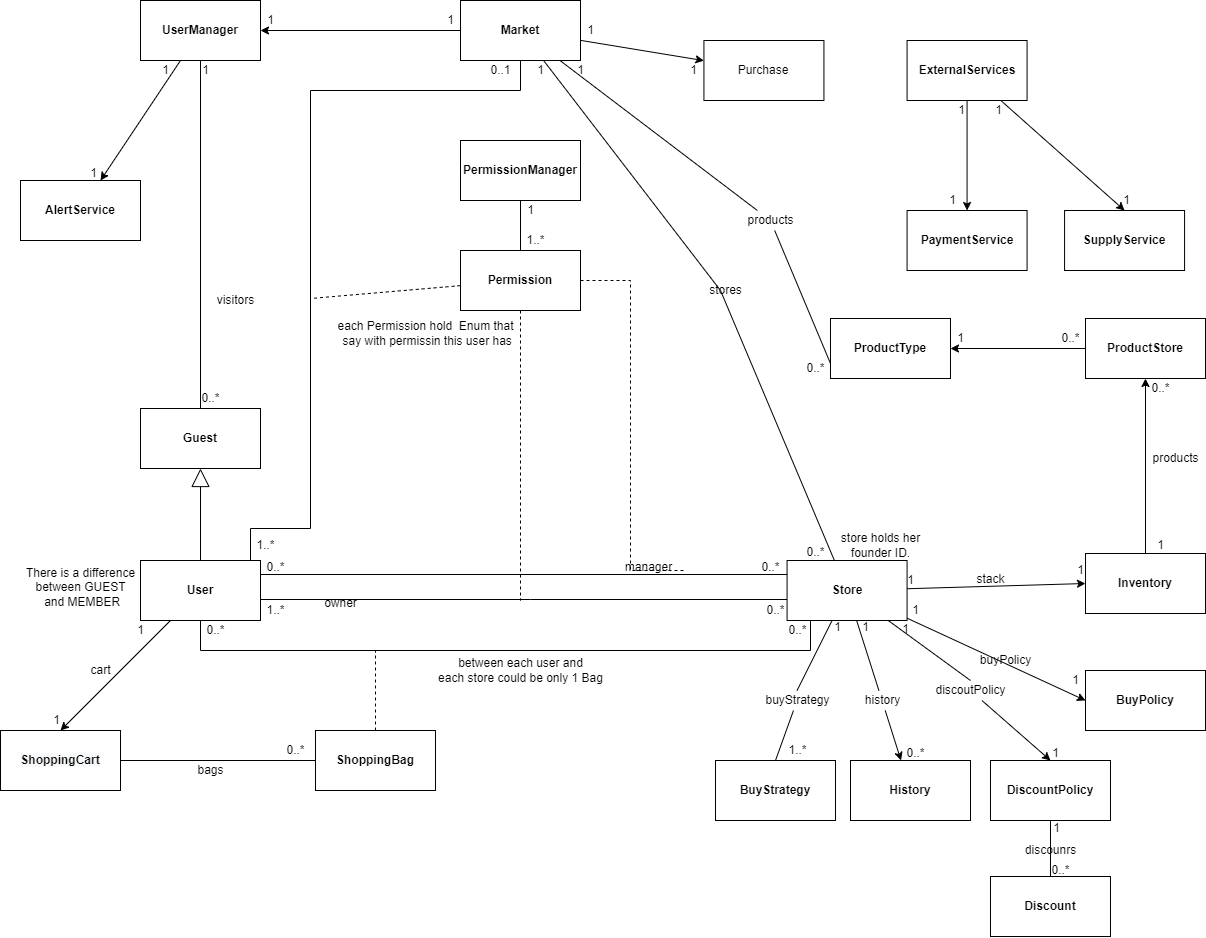
Above: Files/version_1_files/white diagram.png in Sadna-Market/Market (draw.io), before the change. Source tidied: cells renumbered, new cells last; positions are measured from the earlier drawing's top-left corner, leaving out a move shared by most shapes.
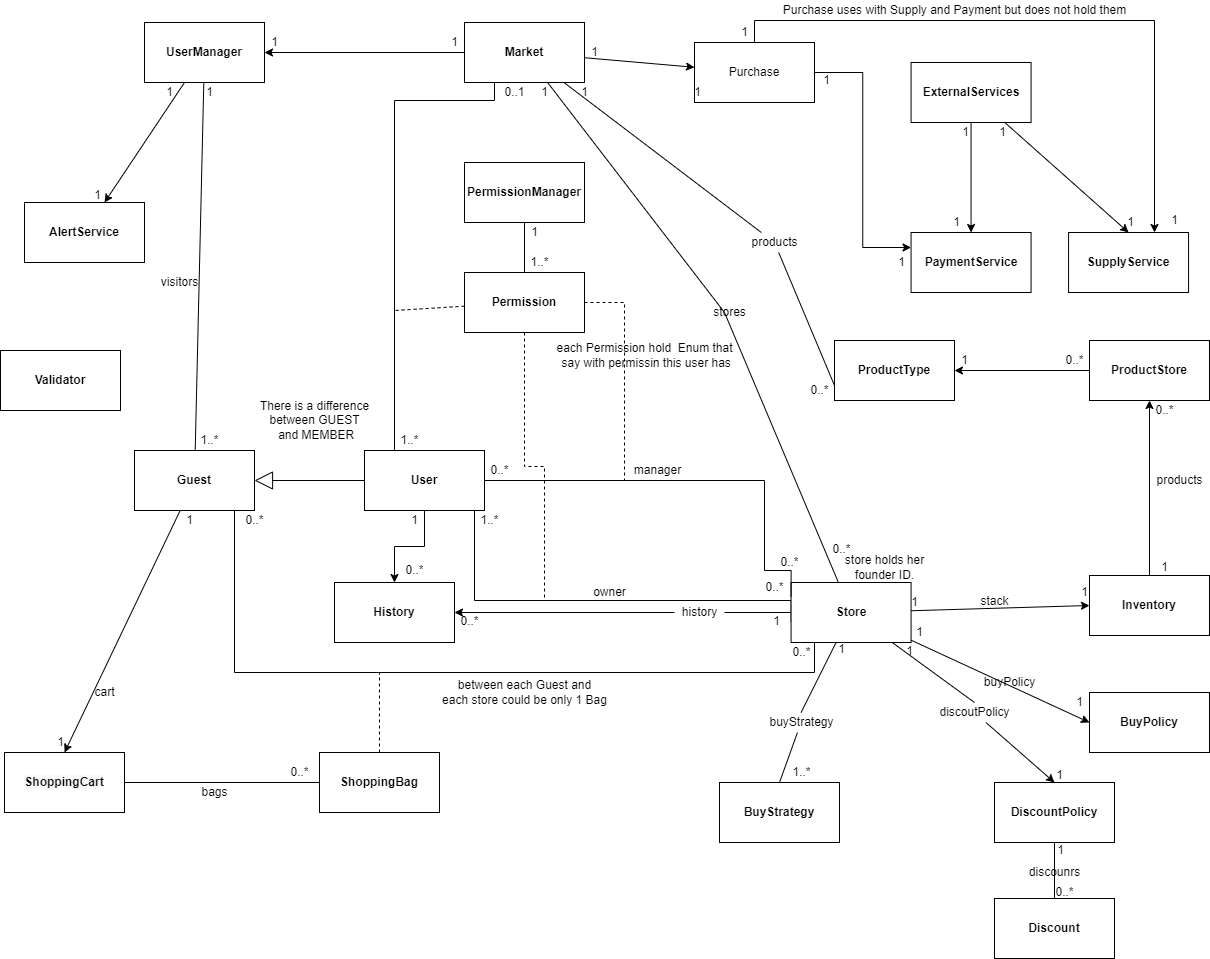
Later version of the same file.

What changed in the source:
```diff
@@ -11,29 +11,28 @@
     <mxCell id="4" value="&lt;span style=&quot;font-weight: 700&quot;&gt;UserManager&lt;/span&gt;" style="rounded=0;whiteSpace=wrap;html=1;" parent="1" vertex="1">
       <mxGeometry x="140" width="120" height="60" as="geometry" />
     </mxCell>
-    <mxCell id="5" value="&lt;span style=&quot;font-weight: 700&quot;&gt;User&lt;/span&gt;" style="rounded=0;whiteSpace=wrap;html=1;" parent="1" vertex="1">
-      <mxGeometry x="140" y="560" width="120" height="60" as="geometry" />
-    </mxCell>
-    <mxCell id="6" value="0..*" style="text;html=1;align=center;verticalAlign=middle;strokeColor=none;fillColor=none;" parent="1" vertex="1">
-      <mxGeometry x="195" y="388" width="30" height="20" as="geometry" />
+    <mxCell id="6" value="1..*" style="text;html=1;align=center;verticalAlign=middle;strokeColor=none;fillColor=none;" parent="1" vertex="1">
+      <mxGeometry x="190" y="408" width="30" height="20" as="geometry" />
     </mxCell>
-    <mxCell id="7" style="edgeStyle=orthogonalEdgeStyle;rounded=0;orthogonalLoop=1;jettySize=auto;html=1;endArrow=none;endFill=0;elbow=vertical;" parent="1" edge="1">
+    <mxCell id="7" style="edgeStyle=orthogonalEdgeStyle;rounded=0;jettySize=auto;html=1;endArrow=none;endFill=0;elbow=vertical;" parent="1" edge="1" source="8">
       <mxGeometry relative="1" as="geometry">
-        <mxPoint x="260" y="599" as="sourcePoint" />
         <mxPoint x="786.6" y="599" as="targetPoint" />
         <Array as="points">
-          <mxPoint x="530" y="599" />
-          <mxPoint x="530" y="599" />
+          <mxPoint x="470" y="578" />
+          <mxPoint x="787" y="578" />
         </Array>
       </mxGeometry>
     </mxCell>
+    <mxCell id="120" style="edgeStyle=orthogonalEdgeStyle;rounded=0;jettySize=auto;html=1;entryX=0.5;entryY=0;entryDx=0;entryDy=0;" parent="1" edge="1" source="8" target="47">
+      <mxGeometry relative="1" as="geometry" />
+    </mxCell>
     <mxCell id="8" value="&lt;span style=&quot;font-weight: 700&quot;&gt;User&lt;/span&gt;" style="rounded=0;whiteSpace=wrap;html=1;" parent="1" vertex="1">
-      <mxGeometry x="140" y="560" width="120" height="60" as="geometry" />
+      <mxGeometry x="360" y="428" width="120" height="60" as="geometry" />
     </mxCell>
     <mxCell id="9" value="&#10;&#10;&lt;span style=&quot;color: rgb(0, 0, 0); font-family: helvetica; font-size: 12px; font-style: normal; font-weight: 700; letter-spacing: normal; text-align: center; text-indent: 0px; text-transform: none; word-spacing: 0px; background-color: rgb(248, 249, 250); display: inline; float: none;&quot;&gt;ShoppingCart&lt;/span&gt;&#10;&#10;" style="rounded=0;whiteSpace=wrap;html=1;" parent="1" vertex="1">
       <mxGeometry y="730" width="120" height="60" as="geometry" />
     </mxCell>
-    <mxCell id="10" style="edgeStyle=none;rounded=0;jettySize=auto;html=1;entryX=0.5;entryY=0;entryDx=0;entryDy=0;endArrow=classic;endFill=1;" parent="1" edge="1" source="8" target="9">
+    <mxCell id="10" style="edgeStyle=none;rounded=0;jettySize=auto;html=1;entryX=0.5;entryY=0;entryDx=0;entryDy=0;endArrow=classic;endFill=1;" parent="1" edge="1" source="117" target="9">
       <mxGeometry relative="1" as="geometry" />
     </mxCell>
     <mxCell id="11" value="1" style="text;html=1;align=center;verticalAlign=middle;strokeColor=none;fillColor=none;" parent="1" vertex="1">
@@ -42,10 +41,10 @@
     <mxCell id="12" value="&lt;span style=&quot;font-weight: 700&quot;&gt;Store&lt;/span&gt;" style="rounded=0;whiteSpace=wrap;html=1;" parent="1" vertex="1">
       <mxGeometry x="786.6" y="560" width="120" height="60" as="geometry" />
     </mxCell>
-    <mxCell id="13" style="rounded=0;jettySize=auto;html=1;endArrow=none;endFill=0;elbow=vertical;edgeStyle=orthogonalEdgeStyle;" parent="1" edge="1" source="8" target="12">
+    <mxCell id="13" style="rounded=0;jettySize=auto;html=1;endArrow=none;endFill=0;elbow=vertical;edgeStyle=orthogonalEdgeStyle;" parent="1" edge="1" source="117" target="12">
       <mxGeometry relative="1" as="geometry">
         <Array as="points">
-          <mxPoint x="200" y="650" />
+          <mxPoint x="230" y="650" />
           <mxPoint x="810" y="650" />
         </Array>
       </mxGeometry>
@@ -70,10 +69,14 @@
     <mxCell id="19" value="0..*" style="text;html=1;align=center;verticalAlign=middle;strokeColor=none;fillColor=none;" parent="1" vertex="1">
       <mxGeometry x="280" y="740" width="30" height="20" as="geometry" />
     </mxCell>
-    <mxCell id="20" style="edgeStyle=orthogonalEdgeStyle;rounded=0;orthogonalLoop=1;jettySize=auto;html=1;endArrow=none;endFill=0;elbow=vertical;" parent="1" edge="1">
+    <mxCell id="20" style="edgeStyle=orthogonalEdgeStyle;rounded=0;jettySize=auto;html=1;endArrow=none;endFill=0;elbow=vertical;" parent="1" edge="1" source="8">
       <mxGeometry relative="1" as="geometry">
-        <mxPoint x="260" y="574" as="sourcePoint" />
         <mxPoint x="786.6" y="574" as="targetPoint" />
+        <Array as="points">
+          <mxPoint x="760" y="458" />
+          <mxPoint x="760" y="548" />
+          <mxPoint x="787" y="548" />
+        </Array>
       </mxGeometry>
     </mxCell>
     <mxCell id="21" value="&lt;span style=&quot;font-weight: 700&quot;&gt;PermissionManager&lt;/span&gt;" style="rounded=0;whiteSpace=wrap;html=1;" parent="1" vertex="1">
@@ -90,61 +93,52 @@
     </mxCell>
     <mxCell id="25" style="edgeStyle=none;rounded=0;jettySize=auto;html=1;endArrow=none;endFill=0;elbow=vertical;dashed=1;" parent="1" edge="1" source="22">
       <mxGeometry relative="1" as="geometry">
-        <mxPoint x="310" y="298" as="targetPoint" />
+        <mxPoint x="390" y="288" as="targetPoint" />
       </mxGeometry>
     </mxCell>
     <mxCell id="26" style="edgeStyle=orthogonalEdgeStyle;rounded=0;jettySize=auto;html=1;endArrow=none;endFill=0;elbow=vertical;dashed=1;" parent="1" edge="1" source="22">
       <mxGeometry relative="1" as="geometry">
-        <mxPoint x="520" y="600" as="targetPoint" />
-        <Array as="points">
-          <mxPoint x="520" y="600" />
-        </Array>
+        <mxPoint x="540" y="578" as="targetPoint" />
       </mxGeometry>
     </mxCell>
     <mxCell id="27" style="edgeStyle=orthogonalEdgeStyle;rounded=0;jettySize=auto;html=1;dashed=1;endArrow=none;endFill=0;elbow=vertical;" parent="1" edge="1" source="22">
       <mxGeometry relative="1" as="geometry">
-        <mxPoint x="685" y="570" as="targetPoint" />
-        <Array as="points">
-          <mxPoint x="630" y="280" />
-          <mxPoint x="630" y="570" />
-        </Array>
+        <mxPoint x="620" y="458" as="targetPoint" />
       </mxGeometry>
     </mxCell>
     <mxCell id="28" value="0..*" style="text;html=1;align=center;verticalAlign=middle;strokeColor=none;fillColor=none;" parent="1" vertex="1">
-      <mxGeometry x="200" y="620" width="30" height="20" as="geometry" />
+      <mxGeometry x="235" y="488" width="30" height="20" as="geometry" />
     </mxCell>
     <mxCell id="29" value="1" style="text;html=1;align=center;verticalAlign=middle;strokeColor=none;fillColor=none;" parent="1" vertex="1">
-      <mxGeometry x="130" y="620" width="20" height="20" as="geometry" />
+      <mxGeometry x="175" y="488" width="20" height="20" as="geometry" />
     </mxCell>
     <mxCell id="30" value="0..*" style="text;html=1;align=center;verticalAlign=middle;strokeColor=none;fillColor=none;" parent="1" vertex="1">
       <mxGeometry x="781.6" y="620" width="30" height="20" as="geometry" />
     </mxCell>
     <mxCell id="31" value="owner" style="text;html=1;align=center;verticalAlign=middle;" parent="1" vertex="1">
-      <mxGeometry x="315" y="593" width="50" height="20" as="geometry" />
+      <mxGeometry x="580" y="560" width="50" height="20" as="geometry" />
     </mxCell>
     <mxCell id="32" value="manager" style="text;html=1;align=center;verticalAlign=middle;" parent="1" vertex="1">
-      <mxGeometry x="617.6" y="557" width="60" height="20" as="geometry" />
+      <mxGeometry x="623.4" y="438" width="60" height="20" as="geometry" />
     </mxCell>
     <mxCell id="33" value="1..*" style="text;html=1;align=center;verticalAlign=middle;strokeColor=none;fillColor=none;" parent="1" vertex="1">
-      <mxGeometry x="260" y="600" width="30" height="20" as="geometry" />
+      <mxGeometry x="470" y="488" width="30" height="20" as="geometry" />
     </mxCell>
     <mxCell id="34" value="0..*" style="text;html=1;align=center;verticalAlign=middle;strokeColor=none;fillColor=none;" parent="1" vertex="1">
-      <mxGeometry x="760" y="600" width="30" height="20" as="geometry" />
+      <mxGeometry x="755" y="555" width="30" height="20" as="geometry" />
     </mxCell>
     <mxCell id="35" value="0..*" style="text;html=1;align=center;verticalAlign=middle;strokeColor=none;fillColor=none;" parent="1" vertex="1">
-      <mxGeometry x="260" y="557" width="30" height="20" as="geometry" />
+      <mxGeometry x="480" y="438" width="30" height="20" as="geometry" />
     </mxCell>
     <mxCell id="36" value="0..*" style="text;html=1;align=center;verticalAlign=middle;strokeColor=none;fillColor=none;" parent="1" vertex="1">
-      <mxGeometry x="755" y="557" width="30" height="20" as="geometry" />
+      <mxGeometry x="770" y="530" width="30" height="20" as="geometry" />
     </mxCell>
     <mxCell id="37" style="rounded=0;jettySize=auto;html=1;entryX=0.75;entryY=0;entryDx=0;entryDy=0;endArrow=none;endFill=0;elbow=vertical;edgeStyle=orthogonalEdgeStyle;" parent="1" edge="1" source="40" target="8">
       <mxGeometry relative="1" as="geometry">
         <Array as="points">
-          <mxPoint x="520" y="90" />
-          <mxPoint x="310" y="90" />
-          <mxPoint x="310" y="528" />
-          <mxPoint x="250" y="528" />
-          <mxPoint x="250" y="560" />
+          <mxPoint x="490" y="78" />
+          <mxPoint x="390" y="78" />
+          <mxPoint x="390" y="428" />
         </Array>
       </mxGeometry>
     </mxCell>
@@ -162,10 +156,10 @@
       <mxGeometry x="460" width="120" height="60" as="geometry" />
     </mxCell>
     <mxCell id="41" value="1..*" style="text;html=1;align=center;verticalAlign=middle;strokeColor=none;fillColor=none;" parent="1" vertex="1">
-      <mxGeometry x="250" y="535" width="30" height="20" as="geometry" />
+      <mxGeometry x="390" y="408" width="30" height="20" as="geometry" />
     </mxCell>
     <mxCell id="42" value="0..1" style="text;html=1;align=center;verticalAlign=middle;strokeColor=none;fillColor=none;" parent="1" vertex="1">
-      <mxGeometry x="480" y="60" width="40" height="20" as="geometry" />
+      <mxGeometry x="490" y="60" width="40" height="20" as="geometry" />
     </mxCell>
     <mxCell id="43" value="1" style="text;html=1;align=center;verticalAlign=middle;strokeColor=none;fillColor=none;" parent="1" vertex="1">
       <mxGeometry x="520" y="200" width="20" height="20" as="geometry" />
@@ -180,13 +174,13 @@
       <mxGeometry x="781.6" y="740" width="30" height="20" as="geometry" />
     </mxCell>
     <mxCell id="47" value="&lt;span style=&quot;font-weight: 700&quot;&gt;History&lt;/span&gt;" style="rounded=0;whiteSpace=wrap;html=1;" parent="1" vertex="1">
-      <mxGeometry x="850" y="760" width="120" height="60" as="geometry" />
+      <mxGeometry x="330" y="560" width="120" height="60" as="geometry" />
     </mxCell>
     <mxCell id="48" value="1" style="text;html=1;align=center;verticalAlign=middle;strokeColor=none;fillColor=none;" parent="1" vertex="1">
-      <mxGeometry x="855" y="617" width="20" height="20" as="geometry" />
+      <mxGeometry x="761.6" y="589" width="20" height="20" as="geometry" />
     </mxCell>
     <mxCell id="49" value="0..*" style="text;html=1;align=center;verticalAlign=middle;strokeColor=none;fillColor=none;" parent="1" vertex="1">
-      <mxGeometry x="900" y="743" width="30" height="20" as="geometry" />
+      <mxGeometry x="450" y="589" width="30" height="20" as="geometry" />
     </mxCell>
     <mxCell id="50" value="&lt;span style=&quot;font-weight: 700&quot;&gt;DiscountPolicy&lt;/span&gt;" style="rounded=0;whiteSpace=wrap;html=1;" parent="1" vertex="1">
       <mxGeometry x="990" y="760" width="120" height="60" as="geometry" />
@@ -213,7 +207,7 @@
       <mxGeometry x="1015" y="840" width="70" height="20" as="geometry" />
     </mxCell>
     <mxCell id="58" value="visitors" style="text;html=1;align=center;verticalAlign=middle;strokeColor=none;fillColor=none;" parent="1" vertex="1">
-      <mxGeometry x="210" y="290" width="50" height="20" as="geometry" />
+      <mxGeometry x="150" y="250" width="50" height="20" as="geometry" />
     </mxCell>
     <mxCell id="59" style="edgeStyle=none;rounded=0;jettySize=auto;html=1;endArrow=none;endFill=0;startArrow=none;" parent="1" edge="1" source="4" target="117">
       <mxGeometry relative="1" as="geometry" />
@@ -228,7 +222,7 @@
       <mxGeometry relative="1" as="geometry" />
     </mxCell>
     <mxCell id="63" value="history" style="text;html=1;align=center;verticalAlign=middle;points=[];" parent="1" vertex="1">
-      <mxGeometry x="856.6" y="690" width="50" height="20" as="geometry" />
+      <mxGeometry x="670" y="580" width="50" height="20" as="geometry" />
     </mxCell>
     <mxCell id="64" style="edgeStyle=none;rounded=0;jettySize=auto;html=1;endArrow=classic;endFill=1;elbow=vertical;startArrow=none;" parent="1" edge="1" source="63" target="47">
       <mxGeometry relative="1" as="geometry" />
@@ -297,7 +291,7 @@
       <mxGeometry x="530" y="60" width="20" height="20" as="geometry" />
     </mxCell>
     <mxCell id="86" value="0..*" style="text;html=1;align=center;verticalAlign=middle;strokeColor=none;fillColor=none;" parent="1" vertex="1">
-      <mxGeometry x="800" y="542" width="30" height="20" as="geometry" />
+      <mxGeometry x="822" y="517" width="30" height="20" as="geometry" />
     </mxCell>
     <mxCell id="87" value="products" style="text;html=1;align=center;verticalAlign=middle;points=[];strokeColor=none;fillColor=none;" parent="1" vertex="1">
       <mxGeometry x="740" y="210" width="60" height="20" as="geometry" />
@@ -315,10 +309,21 @@
       <mxGeometry x="260" y="10" width="20" height="20" as="geometry" />
     </mxCell>
     <mxCell id="92" value="There is a difference&lt;br&gt;between GUEST&lt;br&gt;&amp;nbsp;and MEMBER" style="text;html=1;align=center;verticalAlign=middle;strokeColor=none;fillColor=none;" parent="1" vertex="1">
-      <mxGeometry x="20" y="562" width="120" height="50" as="geometry" />
+      <mxGeometry x="250" y="373" width="120" height="50" as="geometry" />
     </mxCell>
+    <mxCell id="121" style="edgeStyle=orthogonalEdgeStyle;rounded=0;jettySize=auto;html=1;entryX=0;entryY=0.25;entryDx=0;entryDy=0;" parent="1" edge="1" source="93" target="100">
+      <mxGeometry relative="1" as="geometry" />
+    </mxCell>
+    <mxCell id="122" style="edgeStyle=orthogonalEdgeStyle;rounded=0;jettySize=auto;html=1;" parent="1" edge="1" source="93" target="101">
+      <mxGeometry relative="1" as="geometry">
+        <Array as="points">
+          <mxPoint x="750" y="-2" />
+          <mxPoint x="1150" y="-2" />
+        </Array>
+      </mxGeometry>
+    </mxCell>
     <mxCell id="93" value="Purchase" style="rounded=0;whiteSpace=wrap;html=1;" parent="1" vertex="1">
-      <mxGeometry x="703.4" y="40" width="120" height="60" as="geometry" />
+      <mxGeometry x="690" y="20" width="120" height="60" as="geometry" />
     </mxCell>
     <mxCell id="94" style="edgeStyle=none;rounded=0;jettySize=auto;html=1;endArrow=classic;endFill=1;elbow=vertical;" parent="1" edge="1" source="40" target="93">
       <mxGeometry relative="1" as="geometry" />
@@ -326,7 +331,7 @@
     <mxCell id="95" value="store holds her&lt;br&gt;founder ID." style="text;html=1;align=center;verticalAlign=middle;strokeColor=none;fillColor=none;" parent="1" vertex="1">
       <mxGeometry x="835" y="530" width="90" height="30" as="geometry" />
     </mxCell>
-    <mxCell id="96" value="between each user and&lt;br&gt;each store could be only 1 Bag" style="text;html=1;align=center;verticalAlign=middle;strokeColor=none;fillColor=none;" parent="1" vertex="1">
+    <mxCell id="96" value="between each Guest and&lt;br&gt;each store could be only 1 Bag" style="text;html=1;align=center;verticalAlign=middle;strokeColor=none;fillColor=none;" parent="1" vertex="1">
       <mxGeometry x="430" y="655" width="180" height="30" as="geometry" />
     </mxCell>
     <mxCell id="97" style="edgeStyle=none;rounded=0;jettySize=auto;html=1;entryX=0;entryY=0.5;entryDx=0;entryDy=0;endArrow=classic;endFill=1;elbow=vertical;" parent="1" edge="1" source="12" target="68">
@@ -390,13 +395,37 @@
       <mxGeometry x="1055" y="328" width="30" height="20" as="geometry" />
     </mxCell>
     <mxCell id="117" value="&lt;span style=&quot;font-weight: 700&quot;&gt;Guest&lt;/span&gt;" style="rounded=0;whiteSpace=wrap;html=1;" parent="1" vertex="1">
-      <mxGeometry x="140" y="408" width="120" height="60" as="geometry" />
+      <mxGeometry x="130" y="428" width="120" height="60" as="geometry" />
     </mxCell>
     <mxCell id="118" style="endArrow=block;endSize=16;endFill=0;html=1;rounded=0;" parent="1" edge="1" source="8" target="117">
       <mxGeometry relative="1" as="geometry" />
     </mxCell>
     <mxCell id="119" value="each Permission hold&amp;nbsp; Enum that&lt;br&gt;&amp;nbsp;say with permissin this user has" style="text;html=1;align=center;verticalAlign=middle;strokeColor=none;fillColor=none;" parent="1" vertex="1">
-      <mxGeometry x="330" y="318" width="190" height="30" as="geometry" />
+      <mxGeometry x="545" y="318" width="190" height="30" as="geometry" />
     </mxCell>
+    <mxCell id="123" value="&lt;b&gt;Validator&lt;/b&gt;" style="rounded=0;whiteSpace=wrap;html=1;" parent="1" vertex="1">
+      <mxGeometry x="-4" y="328" width="120" height="60" as="geometry" />
+    </mxCell>
+    <mxCell id="124" value="1" style="text;html=1;align=center;verticalAlign=middle;strokeColor=none;fillColor=none;" parent="1" vertex="1">
+      <mxGeometry x="1160" y="188" width="20" height="20" as="geometry" />
+    </mxCell>
+    <mxCell id="125" value="1" style="text;html=1;align=center;verticalAlign=middle;strokeColor=none;fillColor=none;" parent="1" vertex="1">
+      <mxGeometry x="730" width="20" height="20" as="geometry" />
+    </mxCell>
+    <mxCell id="126" value="1" style="text;html=1;align=center;verticalAlign=middle;strokeColor=none;fillColor=none;" parent="1" vertex="1">
+      <mxGeometry x="811.6" y="48" width="20" height="20" as="geometry" />
+    </mxCell>
+    <mxCell id="127" value="1" style="text;html=1;align=center;verticalAlign=middle;strokeColor=none;fillColor=none;" parent="1" vertex="1">
+      <mxGeometry x="886.6" y="230" width="20" height="20" as="geometry" />
+    </mxCell>
+    <mxCell id="128" value="Purchase uses with Supply and Payment but does not hold them" style="text;html=1;align=center;verticalAlign=middle;strokeColor=none;fillColor=none;" parent="1" vertex="1">
+      <mxGeometry x="770" y="-22" width="360" height="20" as="geometry" />
+    </mxCell>
+    <mxCell id="129" value="1" style="text;html=1;align=center;verticalAlign=middle;strokeColor=none;fillColor=none;" parent="1" vertex="1">
+      <mxGeometry x="400" y="488" width="20" height="20" as="geometry" />
+    </mxCell>
+    <mxCell id="130" value="0..*" style="text;html=1;align=center;verticalAlign=middle;strokeColor=none;fillColor=none;" parent="1" vertex="1">
+      <mxGeometry x="395" y="538" width="30" height="20" as="geometry" />
+    </mxCell>
   </root>
 </mxGraphModel>
```
